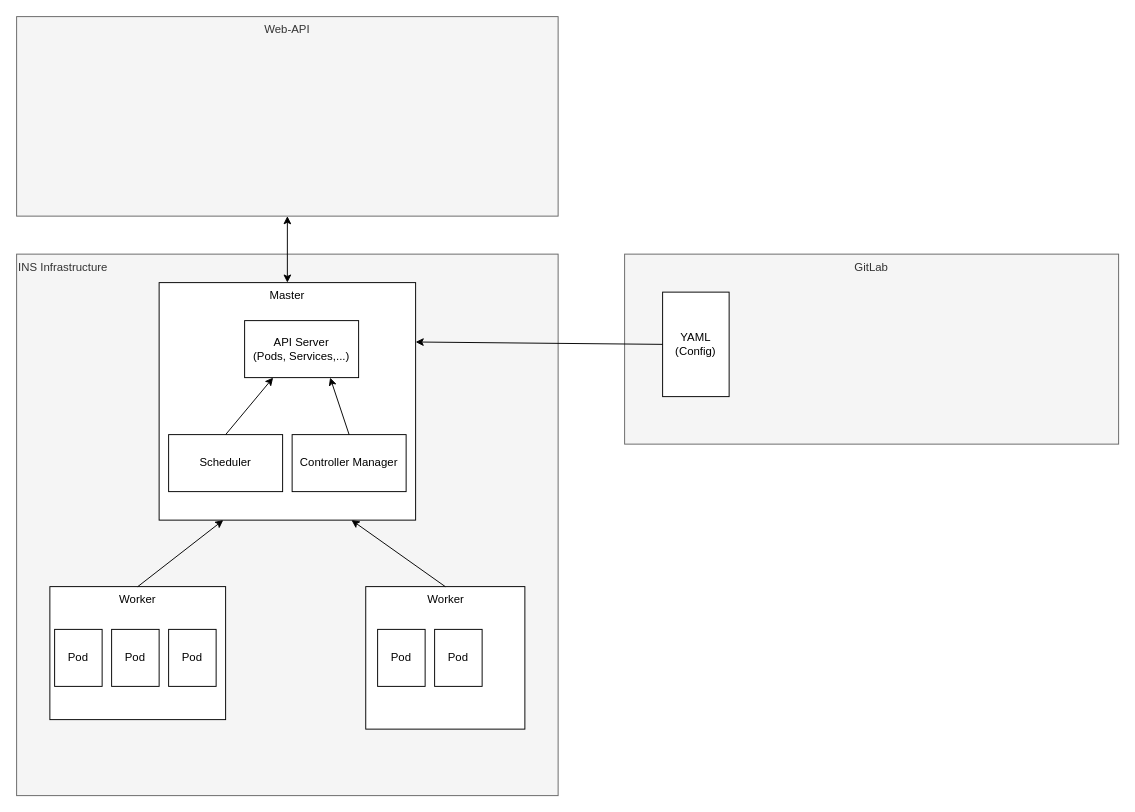
KubeWatch-Monitoring/KubeWatch keeps this draw.io diagram as Documentation/src/02_product-documentation/architecture.drawio. Above is the earlier version. Source tidied: cells renumbered, new cells numbered last; positions are measured from the earlier drawing's top-left corner, leaving out a move shared by most shapes. Both pictures are drawn from the tidied source at 95%, with x=0, y=0 at pixel (16, 16).
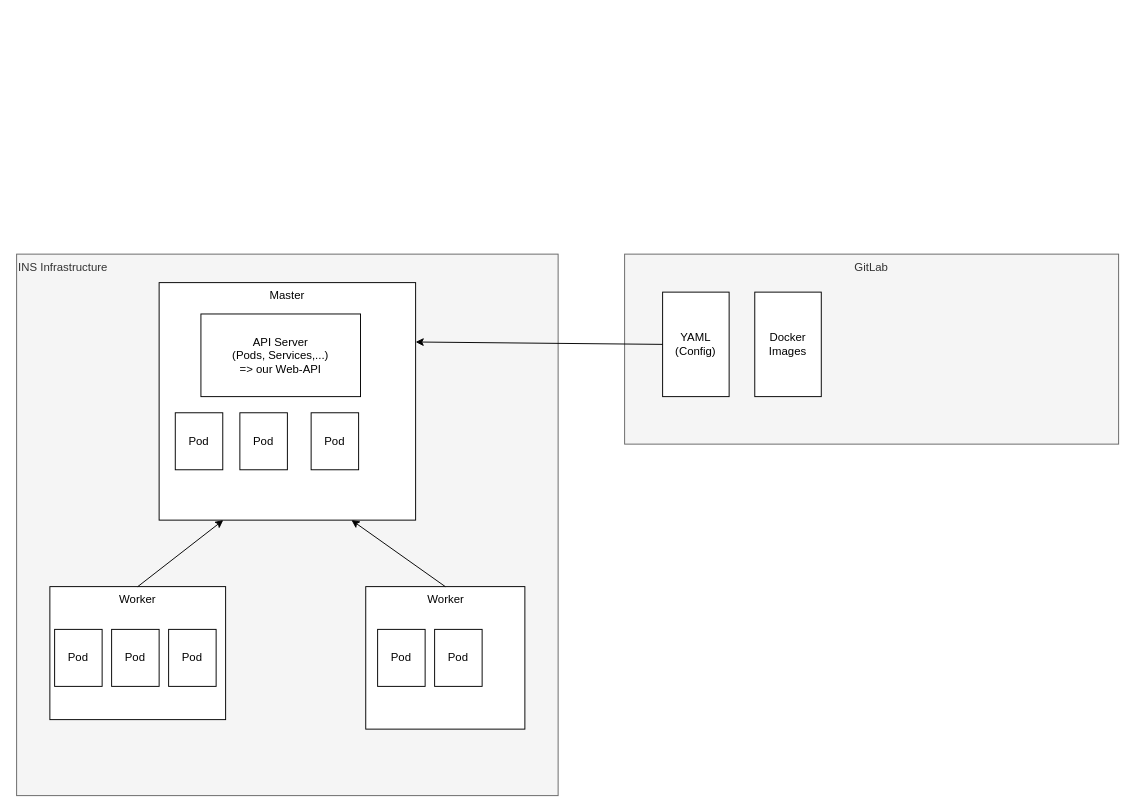
The same page after the edit.

The change refers to these unchanged cells:
```xml
<mxCell id="3" value="Master" style="rounded=0;whiteSpace=wrap;html=1;verticalAlign=top;" parent="1" vertex="1">
  <mxGeometry x="150" y="280" width="270" height="250" as="geometry" />
</mxCell>
```

Diff of the diagram source:
```diff
@@
-    <mxCell id="6" value="API Server&lt;br&gt;(Pods, Services,...)" style="rounded=0;whiteSpace=wrap;html=1;" parent="1" vertex="1">
-      <mxGeometry x="240" y="320" width="120" height="60" as="geometry" />
+    <mxCell id="6" value="API Server&lt;br&gt;(Pods, Services,...)&lt;br&gt;=&amp;gt; our Web-API" style="rounded=0;whiteSpace=wrap;html=1;" parent="1" vertex="1">
+      <mxGeometry x="194" y="313" width="168" height="87" as="geometry" />
     </mxCell>
-    <mxCell id="7" value="Scheduler" style="rounded=0;whiteSpace=wrap;html=1;" parent="1" vertex="1">
-      <mxGeometry x="160" y="440" width="120" height="60" as="geometry" />
-    </mxCell>
-    <mxCell id="8" value="Controller Manager" style="rounded=0;whiteSpace=wrap;html=1;" parent="1" vertex="1">
-      <mxGeometry x="290" y="440" width="120" height="60" as="geometry" />
-    </mxCell>
-    <mxCell id="9" style="endArrow=classic;html=1;rounded=0;entryX=0.25;entryY=1;entryDx=0;entryDy=0;exitX=0.5;exitY=0;exitDx=0;exitDy=0;" parent="1" edge="1" source="7" target="6">
-      <mxGeometry relative="1" as="geometry" />
-    </mxCell>
-    <mxCell id="10" style="endArrow=classic;html=1;rounded=0;entryX=0.75;entryY=1;entryDx=0;entryDy=0;exitX=0.5;exitY=0;exitDx=0;exitDy=0;" parent="1" edge="1" source="8" target="6">
-      <mxGeometry relative="1" as="geometry" />
-    </mxCell>
@@
-    <mxCell id="18" value="Web-API" style="rounded=0;whiteSpace=wrap;html=1;verticalAlign=top;fillColor=#f5f5f5;fontColor=#333333;strokeColor=#666666;" parent="1" vertex="1">
-      <mxGeometry width="570" height="210" as="geometry" />
-    </mxCell>
@@
-    <mxCell id="22" style="endArrow=classic;startArrow=classic;html=1;rounded=0;entryX=0.5;entryY=1;entryDx=0;entryDy=0;exitX=0.5;exitY=0;exitDx=0;exitDy=0;" parent="1" edge="1" source="3" target="18">
-      <mxGeometry relative="1" as="geometry" />
-    </mxCell>
+    <mxCell id="23" value="Pod" style="rounded=0;whiteSpace=wrap;html=1;" parent="1" vertex="1">
+      <mxGeometry x="167" y="417" width="50" height="60" as="geometry" />
+    </mxCell>
+    <mxCell id="24" value="Pod" style="rounded=0;whiteSpace=wrap;html=1;" parent="1" vertex="1">
+      <mxGeometry x="235" y="417" width="50" height="60" as="geometry" />
+    </mxCell>
+    <mxCell id="25" value="Pod" style="rounded=0;whiteSpace=wrap;html=1;" parent="1" vertex="1">
+      <mxGeometry x="310" y="417" width="50" height="60" as="geometry" />
+    </mxCell>
+    <mxCell id="26" value="Docker Images" style="rounded=0;whiteSpace=wrap;html=1;" parent="1" vertex="1">
+      <mxGeometry x="777" y="290" width="70" height="110" as="geometry" />
+    </mxCell>
```
